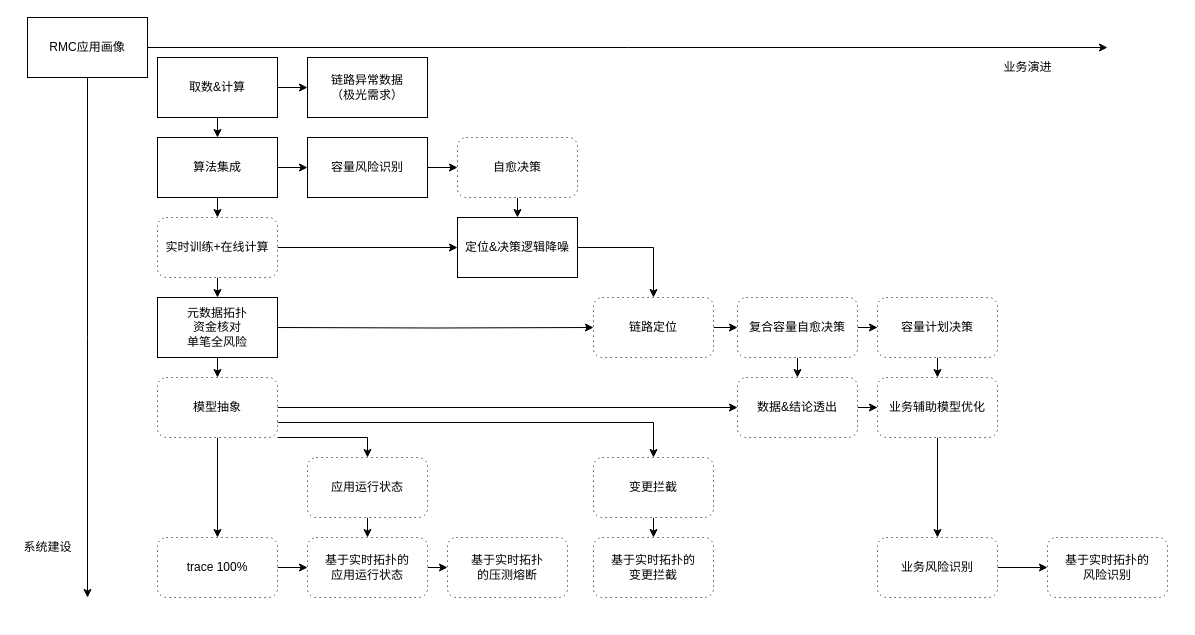
The draw.io diagram 容量风险识别.drawio in frankneu/draw.io, before the edit. Source tidied: cells renumbered, new cells numbered last; positions are measured from the earlier drawing's top-left corner, leaving out a move shared by most shapes. Both pictures are drawn from the tidied source at 100%, with x=0, y=0 at pixel (17, 17).
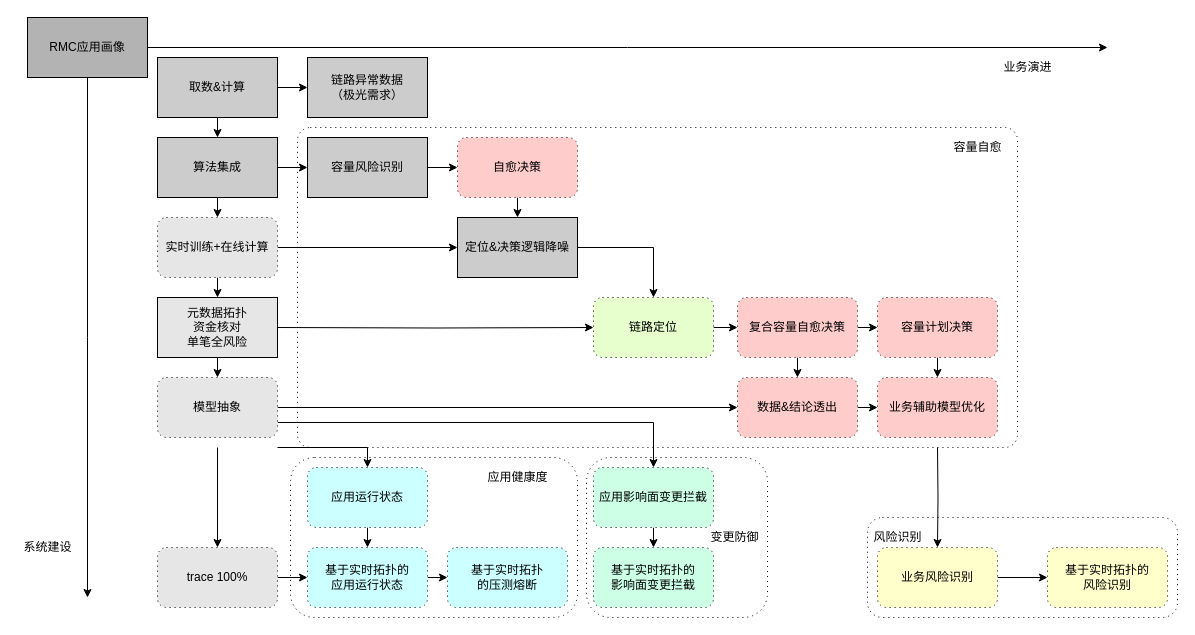
The same diagram, later.

Commit message:
Update 容量风险识别.drawio

What changed in the source:
```diff
@@
+    <mxCell id="55" style="shape=ext;rounded=1;html=1;whiteSpace=wrap;dashed=1;dashPattern=1 4;fillColor=none;arcSize=4;" parent="1" vertex="1">
+      <mxGeometry x="280" y="110" width="720" height="320" as="geometry" />
+    </mxCell>
+    <mxCell id="56" style="shape=ext;rounded=1;html=1;whiteSpace=wrap;dashed=1;dashPattern=1 4;fillColor=none;" parent="1" vertex="1">
+      <mxGeometry x="569" y="440" width="181" height="160" as="geometry" />
+    </mxCell>
@@
-    <mxCell id="4" value="RMC应用画像" style="rounded=0;whiteSpace=wrap;html=1;" parent="1" vertex="1">
+    <mxCell id="4" value="RMC应用画像" style="rounded=0;whiteSpace=wrap;html=1;fillColor=#B3B3B3;" parent="1" vertex="1">
       <mxGeometry x="10" width="120" height="60" as="geometry" />
     </mxCell>
-    <mxCell id="5" style="edgeStyle=orthogonalEdgeStyle;rounded=0;jettySize=auto;html=1;exitX=0.5;exitY=1;exitDx=0;exitDy=0;entryX=0.5;entryY=0;entryDx=0;entryDy=0;" parent="1" edge="1" source="7" target="10">
+    <mxCell id="5" style="edgeStyle=orthogonalEdgeStyle;rounded=0;jettySize=auto;html=1;exitX=0.5;exitY=1;exitDx=0;exitDy=0;entryX=0.5;entryY=0;entryDx=0;entryDy=0;fillColor=#CCCCCC;" parent="1" edge="1" source="7" target="10">
       <mxGeometry relative="1" as="geometry" />
     </mxCell>
-    <mxCell id="6" style="edgeStyle=orthogonalEdgeStyle;rounded=0;jettySize=auto;html=1;exitX=1;exitY=0.5;exitDx=0;exitDy=0;entryX=0;entryY=0.5;entryDx=0;entryDy=0;" parent="1" edge="1" source="7" target="18">
+    <mxCell id="6" style="edgeStyle=orthogonalEdgeStyle;rounded=0;jettySize=auto;html=1;exitX=1;exitY=0.5;exitDx=0;exitDy=0;entryX=0;entryY=0.5;entryDx=0;entryDy=0;fillColor=#CCCCCC;" parent="1" edge="1" source="7" target="18">
       <mxGeometry relative="1" as="geometry" />
     </mxCell>
-    <mxCell id="7" value="取数&amp;amp;计算" style="rounded=0;whiteSpace=wrap;html=1;" parent="1" vertex="1">
+    <mxCell id="7" value="取数&amp;amp;计算" style="rounded=0;whiteSpace=wrap;html=1;fillColor=#CCCCCC;" parent="1" vertex="1">
       <mxGeometry x="140" y="40" width="120" height="60" as="geometry" />
     </mxCell>
-    <mxCell id="8" style="edgeStyle=orthogonalEdgeStyle;rounded=0;jettySize=auto;html=1;exitX=0.5;exitY=1;exitDx=0;exitDy=0;entryX=0.5;entryY=0;entryDx=0;entryDy=0;" parent="1" edge="1" source="10" target="21">
+    <mxCell id="8" style="edgeStyle=orthogonalEdgeStyle;rounded=0;jettySize=auto;html=1;exitX=0.5;exitY=1;exitDx=0;exitDy=0;entryX=0.5;entryY=0;entryDx=0;entryDy=0;fillColor=#E6E6E6;" parent="1" edge="1" source="10" target="21">
       <mxGeometry relative="1" as="geometry" />
     </mxCell>
-    <mxCell id="9" style="edgeStyle=orthogonalEdgeStyle;rounded=0;jettySize=auto;html=1;exitX=1;exitY=0.5;exitDx=0;exitDy=0;entryX=0;entryY=0.5;entryDx=0;entryDy=0;" parent="1" edge="1" source="10" target="23">
+    <mxCell id="9" style="edgeStyle=orthogonalEdgeStyle;rounded=0;jettySize=auto;html=1;exitX=1;exitY=0.5;exitDx=0;exitDy=0;entryX=0;entryY=0.5;entryDx=0;entryDy=0;fillColor=#CCCCCC;" parent="1" edge="1" source="10" target="23">
       <mxGeometry relative="1" as="geometry" />
     </mxCell>
-    <mxCell id="10" value="算法集成" style="rounded=0;whiteSpace=wrap;html=1;" parent="1" vertex="1">
+    <mxCell id="10" value="算法集成" style="rounded=0;whiteSpace=wrap;html=1;fillColor=#CCCCCC;" parent="1" vertex="1">
       <mxGeometry x="140" y="120" width="120" height="60" as="geometry" />
     </mxCell>
-    <mxCell id="11" style="edgeStyle=none;rounded=0;jettySize=auto;html=1;exitX=0.5;exitY=1;exitDx=0;exitDy=0;" parent="1" edge="1" source="15" target="44">
-      <mxGeometry relative="1" as="geometry" />
+    <mxCell id="11" style="edgeStyle=none;rounded=0;jettySize=auto;html=1;exitX=0.5;exitY=1;exitDx=0;exitDy=0;fillColor=#E6E6E6;" parent="1" edge="1" target="44">
+      <mxGeometry relative="1" as="geometry">
+        <mxPoint x="200" y="430" as="sourcePoint" />
+      </mxGeometry>
     </mxCell>
@@
-    <mxCell id="13" style="edgeStyle=orthogonalEdgeStyle;rounded=0;jettySize=auto;html=1;exitX=1;exitY=1;exitDx=0;exitDy=0;entryX=0.5;entryY=0;entryDx=0;entryDy=0;" parent="1" edge="1" source="15" target="42">
+    <mxCell id="13" style="edgeStyle=orthogonalEdgeStyle;rounded=0;jettySize=auto;html=1;exitX=1;exitY=1;exitDx=0;exitDy=0;entryX=0.5;entryY=0;entryDx=0;entryDy=0;" parent="1" edge="1" target="42">
       <mxGeometry relative="1" as="geometry">
+        <mxPoint x="260" y="430" as="sourcePoint" />
         <Array as="points">
-          <mxPoint x="350" y="420" />
+          <mxPoint x="350" y="430" />
         </Array>
       </mxGeometry>
     </mxCell>
@@
-    <mxCell id="15" value="模型抽象" style="shape=ext;rounded=1;html=1;whiteSpace=wrap;dashed=1;dashPattern=1 4;" parent="1" vertex="1">
+    <mxCell id="15" value="模型抽象" style="shape=ext;rounded=1;html=1;whiteSpace=wrap;dashed=1;dashPattern=1 4;fillColor=#E6E6E6;" parent="1" vertex="1">
       <mxGeometry x="140" y="360" width="120" height="60" as="geometry" />
     </mxCell>
@@
-    <mxCell id="17" value="&lt;span&gt;链路定位&lt;/span&gt;" style="shape=ext;rounded=1;html=1;whiteSpace=wrap;dashed=1;dashPattern=1 4;" parent="1" vertex="1">
+    <mxCell id="17" value="&lt;span&gt;链路定位&lt;/span&gt;" style="shape=ext;rounded=1;html=1;whiteSpace=wrap;dashed=1;dashPattern=1 4;fillColor=#E6FFCC;" parent="1" vertex="1">
       <mxGeometry x="576" y="280" width="120" height="60" as="geometry" />
     </mxCell>
-    <mxCell id="18" value="链路异常数据&lt;br&gt;（极光需求）" style="rounded=0;whiteSpace=wrap;html=1;" parent="1" vertex="1">
+    <mxCell id="18" value="链路异常数据&lt;br&gt;（极光需求）" style="rounded=0;whiteSpace=wrap;html=1;fillColor=#CCCCCC;" parent="1" vertex="1">
       <mxGeometry x="290" y="40" width="120" height="60" as="geometry" />
     </mxCell>
@@
-    <mxCell id="20" style="edgeStyle=orthogonalEdgeStyle;rounded=0;jettySize=auto;html=1;exitX=0.5;exitY=1;exitDx=0;exitDy=0;entryX=0.5;entryY=0;entryDx=0;entryDy=0;" parent="1" edge="1" source="21">
+    <mxCell id="20" style="edgeStyle=orthogonalEdgeStyle;rounded=0;jettySize=auto;html=1;exitX=0.5;exitY=1;exitDx=0;exitDy=0;entryX=0.5;entryY=0;entryDx=0;entryDy=0;fillColor=#E6E6E6;" parent="1" edge="1" source="21">
       <mxGeometry relative="1" as="geometry">
         <mxPoint x="200" y="280" as="targetPoint" />
       </mxGeometry>
     </mxCell>
-    <mxCell id="21" value="实时训练+在线计算" style="shape=ext;rounded=1;html=1;whiteSpace=wrap;dashed=1;dashPattern=1 4;" parent="1" vertex="1">
+    <mxCell id="21" value="实时训练+在线计算" style="shape=ext;rounded=1;html=1;whiteSpace=wrap;dashed=1;dashPattern=1 4;fillColor=#E6E6E6;" parent="1" vertex="1">
       <mxGeometry x="140" y="200" width="120" height="60" as="geometry" />
     </mxCell>
-    <mxCell id="22" style="edgeStyle=orthogonalEdgeStyle;rounded=0;jettySize=auto;html=1;exitX=1;exitY=0.5;exitDx=0;exitDy=0;entryX=0;entryY=0.5;entryDx=0;entryDy=0;" parent="1" edge="1" source="23" target="36">
+    <mxCell id="22" style="edgeStyle=orthogonalEdgeStyle;rounded=0;jettySize=auto;html=1;exitX=1;exitY=0.5;exitDx=0;exitDy=0;entryX=0;entryY=0.5;entryDx=0;entryDy=0;fillColor=#CCCCCC;" parent="1" edge="1" source="23" target="36">
       <mxGeometry relative="1" as="geometry" />
     </mxCell>
-    <mxCell id="23" value="容量风险识别" style="rounded=0;whiteSpace=wrap;html=1;" parent="1" vertex="1">
+    <mxCell id="23" value="容量风险识别" style="rounded=0;whiteSpace=wrap;html=1;fillColor=#CCCCCC;" parent="1" vertex="1">
       <mxGeometry x="290" y="120" width="120" height="60" as="geometry" />
     </mxCell>
@@
-    <mxCell id="25" value="定位&amp;amp;决策逻辑降噪" style="rounded=0;whiteSpace=wrap;html=1;" parent="1" vertex="1">
+    <mxCell id="25" value="定位&amp;amp;决策逻辑降噪" style="rounded=0;whiteSpace=wrap;html=1;fillColor=#CCCCCC;" parent="1" vertex="1">
       <mxGeometry x="440" y="200" width="120" height="60" as="geometry" />
     </mxCell>
@@
-    <mxCell id="27" style="edgeStyle=orthogonalEdgeStyle;rounded=0;jettySize=auto;html=1;exitX=0.5;exitY=1;exitDx=0;exitDy=0;entryX=0.5;entryY=0;entryDx=0;entryDy=0;" parent="1" edge="1" target="15">
+    <mxCell id="27" style="edgeStyle=orthogonalEdgeStyle;rounded=0;jettySize=auto;html=1;exitX=0.5;exitY=1;exitDx=0;exitDy=0;entryX=0.5;entryY=0;entryDx=0;entryDy=0;fillColor=#E6E6E6;" parent="1" edge="1" target="15">
       <mxGeometry relative="1" as="geometry">
         <mxPoint x="200" y="340" as="sourcePoint" />
       </mxGeometry>
     </mxCell>
@@
-    <mxCell id="30" style="edgeStyle=none;rounded=0;jettySize=auto;html=1;exitX=0.5;exitY=1;exitDx=0;exitDy=0;entryX=0.5;entryY=0;entryDx=0;entryDy=0;" parent="1" edge="1" source="31" target="49">
+    <mxCell id="30" style="edgeStyle=none;rounded=0;jettySize=auto;html=1;exitX=0.5;exitY=1;exitDx=0;exitDy=0;entryX=0.5;entryY=0;entryDx=0;entryDy=0;fillColor=#FFCCCC;" parent="1" edge="1" source="31" target="49">
       <mxGeometry relative="1" as="geometry" />
     </mxCell>
-    <mxCell id="31" value="&lt;span&gt;容量计划决策&lt;/span&gt;" style="shape=ext;rounded=1;html=1;whiteSpace=wrap;dashed=1;dashPattern=1 4;" parent="1" vertex="1">
+    <mxCell id="31" value="&lt;span&gt;容量计划决策&lt;/span&gt;" style="shape=ext;rounded=1;html=1;whiteSpace=wrap;dashed=1;dashPattern=1 4;fillColor=#FFCCCC;" parent="1" vertex="1">
       <mxGeometry x="860" y="280" width="120" height="60" as="geometry" />
     </mxCell>
-    <mxCell id="32" style="edgeStyle=none;rounded=0;jettySize=auto;html=1;exitX=1;exitY=0.5;exitDx=0;exitDy=0;entryX=0;entryY=0.5;entryDx=0;entryDy=0;" parent="1" edge="1" source="34" target="31">
+    <mxCell id="32" style="edgeStyle=none;rounded=0;jettySize=auto;html=1;exitX=1;exitY=0.5;exitDx=0;exitDy=0;entryX=0;entryY=0.5;entryDx=0;entryDy=0;fillColor=#FFCCCC;" parent="1" edge="1" source="34" target="31">
       <mxGeometry relative="1" as="geometry" />
     </mxCell>
-    <mxCell id="33" style="edgeStyle=none;rounded=0;jettySize=auto;html=1;exitX=0.5;exitY=1;exitDx=0;exitDy=0;entryX=0.5;entryY=0;entryDx=0;entryDy=0;" parent="1" edge="1" source="34" target="47">
+    <mxCell id="33" style="edgeStyle=none;rounded=0;jettySize=auto;html=1;exitX=0.5;exitY=1;exitDx=0;exitDy=0;entryX=0.5;entryY=0;entryDx=0;entryDy=0;fillColor=#FFCCCC;" parent="1" edge="1" source="34" target="47">
       <mxGeometry relative="1" as="geometry" />
     </mxCell>
-    <mxCell id="34" value="&lt;span&gt;复合容量自愈决策&lt;/span&gt;" style="shape=ext;rounded=1;html=1;whiteSpace=wrap;dashed=1;dashPattern=1 4;" parent="1" vertex="1">
+    <mxCell id="34" value="&lt;span&gt;复合容量自愈决策&lt;/span&gt;" style="shape=ext;rounded=1;html=1;whiteSpace=wrap;dashed=1;dashPattern=1 4;fillColor=#FFCCCC;" parent="1" vertex="1">
       <mxGeometry x="720" y="280" width="120" height="60" as="geometry" />
     </mxCell>
@@
-    <mxCell id="36" value="&lt;span style=&quot;font-family: &amp;#34;helvetica&amp;#34;&quot;&gt;自愈决策&lt;/span&gt;" style="shape=ext;rounded=1;html=1;whiteSpace=wrap;dashed=1;dashPattern=1 4;" parent="1" vertex="1">
+    <mxCell id="36" value="&lt;span style=&quot;font-family: &amp;#34;helvetica&amp;#34;&quot;&gt;自愈决策&lt;/span&gt;" style="shape=ext;rounded=1;html=1;whiteSpace=wrap;dashed=1;dashPattern=1 4;fillColor=#FFCCCC;" parent="1" vertex="1">
       <mxGeometry x="440" y="120" width="120" height="60" as="geometry" />
     </mxCell>
-    <mxCell id="37" style="edgeStyle=orthogonalEdgeStyle;rounded=0;jettySize=auto;html=1;exitX=0.5;exitY=1;exitDx=0;exitDy=0;entryX=0.5;entryY=0;entryDx=0;entryDy=0;" parent="1" edge="1" source="38" target="53">
+    <mxCell id="37" style="edgeStyle=orthogonalEdgeStyle;rounded=0;jettySize=auto;html=1;exitX=0.5;exitY=1;exitDx=0;exitDy=0;entryX=0.5;entryY=0;entryDx=0;entryDy=0;fillColor=#CCFFE6;" parent="1" edge="1" source="38" target="53">
       <mxGeometry relative="1" as="geometry" />
     </mxCell>
-    <mxCell id="38" value="&lt;span&gt;变更拦截&lt;/span&gt;" style="shape=ext;rounded=1;html=1;whiteSpace=wrap;dashed=1;dashPattern=1 4;" parent="1" vertex="1">
-      <mxGeometry x="576" y="440" width="120" height="60" as="geometry" />
+    <mxCell id="38" value="&lt;span&gt;应用影响面变更拦截&lt;/span&gt;" style="shape=ext;rounded=1;html=1;whiteSpace=wrap;dashed=1;dashPattern=1 4;fillColor=#CCFFE6;" parent="1" vertex="1">
+      <mxGeometry x="576" y="450" width="120" height="60" as="geometry" />
     </mxCell>
-    <mxCell id="39" style="edgeStyle=orthogonalEdgeStyle;rounded=0;jettySize=auto;html=1;exitX=1;exitY=0.5;exitDx=0;exitDy=0;" parent="1" edge="1" source="40" target="54">
+    <mxCell id="39" style="edgeStyle=orthogonalEdgeStyle;rounded=0;jettySize=auto;html=1;exitX=1;exitY=0.5;exitDx=0;exitDy=0;fillColor=#FFFFCC;" parent="1" edge="1" source="40" target="54">
       <mxGeometry relative="1" as="geometry" />
     </mxCell>
-    <mxCell id="40" value="业务风险识别" style="shape=ext;rounded=1;html=1;whiteSpace=wrap;dashed=1;dashPattern=1 4;" parent="1" vertex="1">
-      <mxGeometry x="860" y="520" width="120" height="60" as="geometry" />
+    <mxCell id="40" value="业务风险识别" style="shape=ext;rounded=1;html=1;whiteSpace=wrap;dashed=1;dashPattern=1 4;fillColor=#FFFFCC;" parent="1" vertex="1">
+      <mxGeometry x="860" y="530" width="120" height="60" as="geometry" />
     </mxCell>
-    <mxCell id="41" style="edgeStyle=orthogonalEdgeStyle;rounded=0;jettySize=auto;html=1;exitX=0.5;exitY=1;exitDx=0;exitDy=0;entryX=0.5;entryY=0;entryDx=0;entryDy=0;" parent="1" edge="1" source="42" target="51">
+    <mxCell id="41" style="edgeStyle=orthogonalEdgeStyle;rounded=0;jettySize=auto;html=1;exitX=0.5;exitY=1;exitDx=0;exitDy=0;entryX=0.5;entryY=0;entryDx=0;entryDy=0;fillColor=#CCFFFF;" parent="1" edge="1" source="42" target="51">
       <mxGeometry relative="1" as="geometry" />
     </mxCell>
-    <mxCell id="42" value="应用运行状态" style="shape=ext;rounded=1;html=1;whiteSpace=wrap;dashed=1;dashPattern=1 4;" parent="1" vertex="1">
-      <mxGeometry x="290" y="440" width="120" height="60" as="geometry" />
+    <mxCell id="42" value="应用运行状态" style="shape=ext;rounded=1;html=1;whiteSpace=wrap;dashed=1;dashPattern=1 4;fillColor=#CCFFFF;" parent="1" vertex="1">
+      <mxGeometry x="290" y="450" width="120" height="60" as="geometry" />
     </mxCell>
@@
-    <mxCell id="44" value="trace 100%" style="shape=ext;rounded=1;html=1;whiteSpace=wrap;dashed=1;dashPattern=1 4;" parent="1" vertex="1">
-      <mxGeometry x="140" y="520" width="120" height="60" as="geometry" />
+    <mxCell id="44" value="trace 100%" style="shape=ext;rounded=1;html=1;whiteSpace=wrap;dashed=1;dashPattern=1 4;fillColor=#E6E6E6;" parent="1" vertex="1">
+      <mxGeometry x="140" y="530" width="120" height="60" as="geometry" />
     </mxCell>
-    <mxCell id="45" value="&lt;span&gt;元数据拓扑&lt;/span&gt;&lt;br&gt;&lt;span&gt;资金核对&lt;/span&gt;&lt;br&gt;&lt;span&gt;单笔全风险&lt;/span&gt;" style="rounded=0;whiteSpace=wrap;html=1;" parent="1" vertex="1">
+    <mxCell id="45" value="&lt;span&gt;元数据拓扑&lt;/span&gt;&lt;br&gt;&lt;span&gt;资金核对&lt;/span&gt;&lt;br&gt;&lt;span&gt;单笔全风险&lt;/span&gt;" style="rounded=0;whiteSpace=wrap;html=1;fillColor=#E6E6E6;" parent="1" vertex="1">
       <mxGeometry x="140" y="280" width="120" height="60" as="geometry" />
     </mxCell>
-    <mxCell id="46" style="edgeStyle=none;rounded=0;jettySize=auto;html=1;exitX=1;exitY=0.5;exitDx=0;exitDy=0;entryX=0;entryY=0.5;entryDx=0;entryDy=0;" parent="1" edge="1" source="47" target="49">
+    <mxCell id="46" style="edgeStyle=none;rounded=0;jettySize=auto;html=1;exitX=1;exitY=0.5;exitDx=0;exitDy=0;entryX=0;entryY=0.5;entryDx=0;entryDy=0;fillColor=#FFCCCC;" parent="1" edge="1" source="47" target="49">
       <mxGeometry relative="1" as="geometry" />
     </mxCell>
-    <mxCell id="47" value="&lt;span&gt;数据&amp;amp;结论透出&lt;/span&gt;" style="shape=ext;rounded=1;html=1;whiteSpace=wrap;dashed=1;dashPattern=1 4;" parent="1" vertex="1">
+    <mxCell id="47" value="&lt;span&gt;数据&amp;amp;结论透出&lt;/span&gt;" style="shape=ext;rounded=1;html=1;whiteSpace=wrap;dashed=1;dashPattern=1 4;fillColor=#FFCCCC;" parent="1" vertex="1">
       <mxGeometry x="720" y="360" width="120" height="60" as="geometry" />
     </mxCell>
-    <mxCell id="48" style="edgeStyle=orthogonalEdgeStyle;rounded=0;jettySize=auto;html=1;exitX=0.5;exitY=1;exitDx=0;exitDy=0;entryX=0.5;entryY=0;entryDx=0;entryDy=0;" parent="1" edge="1" source="49" target="40">
-      <mxGeometry relative="1" as="geometry" />
+    <mxCell id="48" style="edgeStyle=orthogonalEdgeStyle;rounded=0;jettySize=auto;html=1;exitX=0.5;exitY=1;exitDx=0;exitDy=0;entryX=0.5;entryY=0;entryDx=0;entryDy=0;" parent="1" edge="1" target="40">
+      <mxGeometry relative="1" as="geometry">
+        <mxPoint x="920" y="430" as="sourcePoint" />
+      </mxGeometry>
     </mxCell>
-    <mxCell id="49" value="&lt;span&gt;业务辅助模型优化&lt;/span&gt;" style="shape=ext;rounded=1;html=1;whiteSpace=wrap;dashed=1;dashPattern=1 4;" parent="1" vertex="1">
+    <mxCell id="49" value="&lt;span&gt;业务辅助模型优化&lt;/span&gt;" style="shape=ext;rounded=1;html=1;whiteSpace=wrap;dashed=1;dashPattern=1 4;fillColor=#FFCCCC;" parent="1" vertex="1">
       <mxGeometry x="860" y="360" width="120" height="60" as="geometry" />
     </mxCell>
-    <mxCell id="50" style="edgeStyle=none;rounded=0;jettySize=auto;html=1;exitX=1;exitY=0.5;exitDx=0;exitDy=0;entryX=0;entryY=0.5;entryDx=0;entryDy=0;" parent="1" edge="1" source="51" target="52">
+    <mxCell id="50" style="edgeStyle=none;rounded=0;jettySize=auto;html=1;exitX=1;exitY=0.5;exitDx=0;exitDy=0;entryX=0;entryY=0.5;entryDx=0;entryDy=0;fillColor=#CCFFFF;" parent="1" edge="1" source="51" target="52">
       <mxGeometry relative="1" as="geometry" />
     </mxCell>
-    <mxCell id="51" value="基于实时拓扑的&lt;br&gt;应用运行状态" style="shape=ext;rounded=1;html=1;whiteSpace=wrap;dashed=1;dashPattern=1 4;" parent="1" vertex="1">
-      <mxGeometry x="290" y="520" width="120" height="60" as="geometry" />
+    <mxCell id="51" value="基于实时拓扑的&lt;br&gt;应用运行状态" style="shape=ext;rounded=1;html=1;whiteSpace=wrap;dashed=1;dashPattern=1 4;fillColor=#CCFFFF;" parent="1" vertex="1">
+      <mxGeometry x="290" y="530" width="120" height="60" as="geometry" />
     </mxCell>
-    <mxCell id="52" value="基于实时拓扑&lt;br&gt;的压测熔断" style="shape=ext;rounded=1;html=1;whiteSpace=wrap;dashed=1;dashPattern=1 4;" parent="1" vertex="1">
-      <mxGeometry x="430" y="520" width="120" height="60" as="geometry" />
+    <mxCell id="52" value="基于实时拓扑&lt;br&gt;的压测熔断" style="shape=ext;rounded=1;html=1;whiteSpace=wrap;dashed=1;dashPattern=1 4;fillColor=#CCFFFF;" parent="1" vertex="1">
+      <mxGeometry x="430" y="530" width="120" height="60" as="geometry" />
     </mxCell>
-    <mxCell id="53" value="基于实时拓扑的&lt;br&gt;变更拦截" style="shape=ext;rounded=1;html=1;whiteSpace=wrap;dashed=1;dashPattern=1 4;" parent="1" vertex="1">
-      <mxGeometry x="576" y="520" width="120" height="60" as="geometry" />
+    <mxCell id="53" value="基于实时拓扑的&lt;br&gt;影响面变更拦截" style="shape=ext;rounded=1;html=1;whiteSpace=wrap;dashed=1;dashPattern=1 4;fillColor=#CCFFE6;" parent="1" vertex="1">
+      <mxGeometry x="576" y="530" width="120" height="60" as="geometry" />
     </mxCell>
-    <mxCell id="54" value="基于实时拓扑的&lt;br&gt;风险识别" style="shape=ext;rounded=1;html=1;whiteSpace=wrap;dashed=1;dashPattern=1 4;" parent="1" vertex="1">
-      <mxGeometry x="1030" y="520" width="120" height="60" as="geometry" />
+    <mxCell id="54" value="基于实时拓扑的&lt;br&gt;风险识别" style="shape=ext;rounded=1;html=1;whiteSpace=wrap;dashed=1;dashPattern=1 4;fillColor=#FFFFCC;" parent="1" vertex="1">
+      <mxGeometry x="1030" y="530" width="120" height="60" as="geometry" />
     </mxCell>
+    <mxCell id="57" style="shape=ext;rounded=1;html=1;whiteSpace=wrap;dashed=1;dashPattern=1 4;fillColor=none;" parent="1" vertex="1">
+      <mxGeometry x="273" y="440" width="287" height="160" as="geometry" />
+    </mxCell>
+    <mxCell id="58" style="shape=ext;rounded=1;html=1;whiteSpace=wrap;dashed=1;dashPattern=1 4;fillColor=none;" parent="1" vertex="1">
+      <mxGeometry x="850" y="500" width="310" height="100" as="geometry" />
+    </mxCell>
+    <mxCell id="59" value="应用健康度" style="text;html=1;align=center;verticalAlign=middle;" parent="1" vertex="1">
+      <mxGeometry x="460" y="450" width="80" height="20" as="geometry" />
+    </mxCell>
+    <mxCell id="60" value="变更防御" style="text;html=1;align=center;verticalAlign=middle;" parent="1" vertex="1">
+      <mxGeometry x="687" y="510" width="60" height="20" as="geometry" />
+    </mxCell>
+    <mxCell id="61" value="风险识别" style="text;html=1;align=center;verticalAlign=middle;" parent="1" vertex="1">
+      <mxGeometry x="850" y="510" width="60" height="20" as="geometry" />
+    </mxCell>
+    <mxCell id="62" value="容量自愈" style="text;html=1;align=center;verticalAlign=middle;" parent="1" vertex="1">
+      <mxGeometry x="930" y="120" width="60" height="20" as="geometry" />
+    </mxCell>
```
